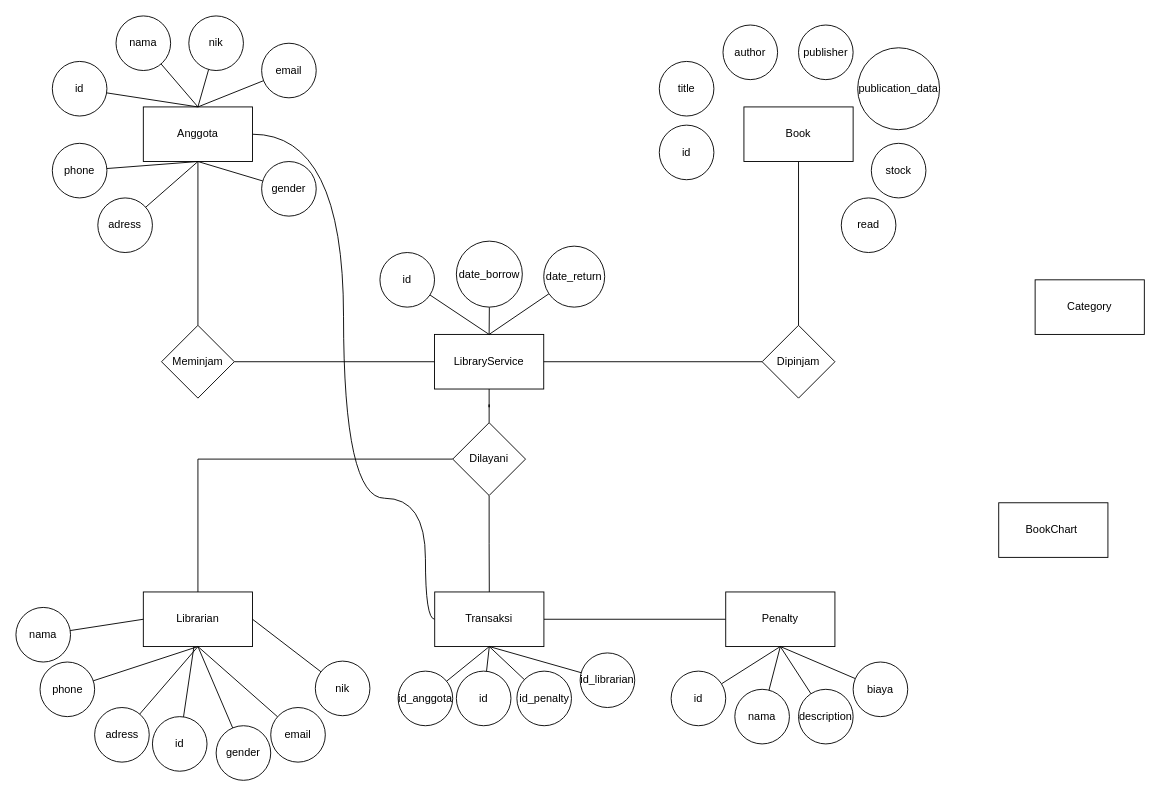
This is Library.drawio from Syaal/library, a draw.io file, before an edit. Source tidied: cells renumbered, new cells numbered last; positions are measured from the earlier drawing's top-left corner, leaving out a move shared by most shapes. Both pictures are drawn from the tidied source at 91%, with x=0, y=0 at pixel (15, 15).
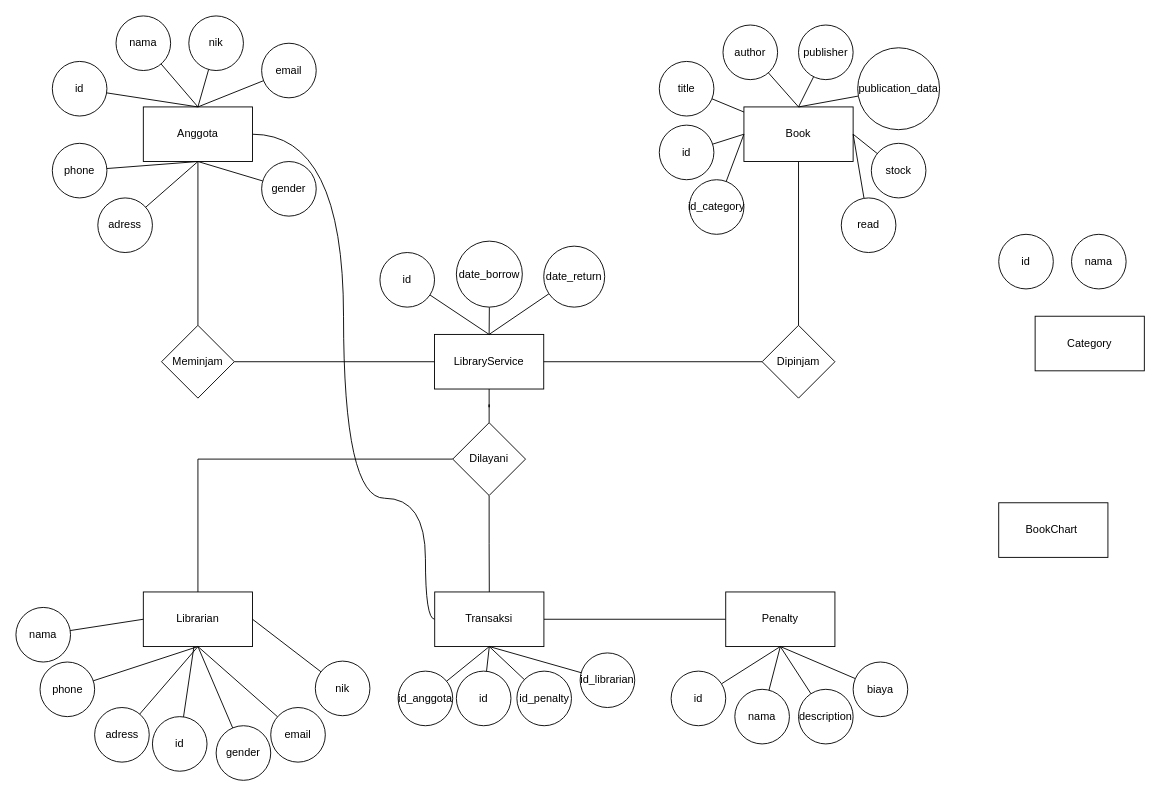
After the change.

Unchanged cells that the change refers to:
```xml
<mxCell id="7" value="Book" style="rounded=0;whiteSpace=wrap;html=1;" parent="1" vertex="1">
  <mxGeometry x="800" y="100" width="120" height="60" as="geometry" />
</mxCell>
<mxCell id="50" value="title" style="ellipse;whiteSpace=wrap;html=1;" parent="1" vertex="1">
  <mxGeometry x="707" y="50" width="60" height="60" as="geometry" />
</mxCell>
<mxCell id="51" value="author" style="ellipse;whiteSpace=wrap;html=1;" parent="1" vertex="1">
  <mxGeometry x="777" y="10" width="60" height="60" as="geometry" />
</mxCell>
<mxCell id="52" value="publisher" style="ellipse;whiteSpace=wrap;html=1;" parent="1" vertex="1">
  <mxGeometry x="860" y="10" width="60" height="60" as="geometry" />
</mxCell>
<mxCell id="53" value="id" style="ellipse;whiteSpace=wrap;html=1;" parent="1" vertex="1">
  <mxGeometry x="707" y="120" width="60" height="60" as="geometry" />
</mxCell>
<mxCell id="54" value="publication_data" style="ellipse;whiteSpace=wrap;html=1;" parent="1" vertex="1">
  <mxGeometry x="925" y="35" width="90" height="90" as="geometry" />
</mxCell>
<mxCell id="55" value="stock" style="ellipse;whiteSpace=wrap;html=1;" parent="1" vertex="1">
  <mxGeometry x="940" y="140" width="60" height="60" as="geometry" />
</mxCell>
<mxCell id="56" value="read" style="ellipse;whiteSpace=wrap;html=1;" parent="1" vertex="1">
  <mxGeometry x="907" y="200" width="60" height="60" as="geometry" />
</mxCell>
```

Change to the diagram source:
```diff
@@
     <mxCell id="8" value="Category" style="rounded=0;whiteSpace=wrap;html=1;" parent="1" vertex="1">
-      <mxGeometry x="1120" y="290" width="120" height="60" as="geometry" />
+      <mxGeometry x="1120" y="330" width="120" height="60" as="geometry" />
     </mxCell>
@@
+    <mxCell id="79" style="rounded=0;jettySize=auto;html=1;endArrow=none;endFill=0;" parent="1" edge="1" source="50" target="7">
+      <mxGeometry relative="1" as="geometry" />
+    </mxCell>
@@
+    <mxCell id="80" style="rounded=0;jettySize=auto;html=1;endArrow=none;endFill=0;entryX=0.5;entryY=0;entryDx=0;entryDy=0;" parent="1" edge="1" source="51" target="7">
+      <mxGeometry relative="1" as="geometry" />
+    </mxCell>
@@
+    <mxCell id="81" style="rounded=0;jettySize=auto;html=1;entryX=0.5;entryY=0;entryDx=0;entryDy=0;endArrow=none;endFill=0;" parent="1" edge="1" source="52" target="7">
+      <mxGeometry relative="1" as="geometry" />
+    </mxCell>
@@
+    <mxCell id="82" style="rounded=0;jettySize=auto;html=1;entryX=0;entryY=0.5;entryDx=0;entryDy=0;endArrow=none;endFill=0;" parent="1" edge="1" source="53" target="7">
+      <mxGeometry relative="1" as="geometry" />
+    </mxCell>
@@
+    <mxCell id="83" style="rounded=0;jettySize=auto;html=1;entryX=0.5;entryY=0;entryDx=0;entryDy=0;endArrow=none;endFill=0;" parent="1" edge="1" source="54" target="7">
+      <mxGeometry relative="1" as="geometry" />
+    </mxCell>
@@
+    <mxCell id="84" style="rounded=0;jettySize=auto;html=1;entryX=1;entryY=0.5;entryDx=0;entryDy=0;endArrow=none;endFill=0;" parent="1" edge="1" source="55" target="7">
+      <mxGeometry relative="1" as="geometry" />
+    </mxCell>
@@
+    <mxCell id="85" style="rounded=0;jettySize=auto;html=1;entryX=1;entryY=0.5;entryDx=0;entryDy=0;endArrow=none;endFill=0;" parent="1" edge="1" source="56" target="7">
+      <mxGeometry relative="1" as="geometry" />
+    </mxCell>
@@
+    <mxCell id="86" value="id" style="ellipse;whiteSpace=wrap;html=1;" parent="1" vertex="1">
+      <mxGeometry x="1080" y="240" width="60" height="60" as="geometry" />
+    </mxCell>
+    <mxCell id="87" value="nama" style="ellipse;whiteSpace=wrap;html=1;" parent="1" vertex="1">
+      <mxGeometry x="1160" y="240" width="60" height="60" as="geometry" />
+    </mxCell>
+    <mxCell id="88" style="rounded=0;jettySize=auto;html=1;entryX=0;entryY=0.5;entryDx=0;entryDy=0;endArrow=none;endFill=0;" parent="1" edge="1" source="89" target="7">
+      <mxGeometry relative="1" as="geometry" />
+    </mxCell>
+    <mxCell id="89" value="id_category" style="ellipse;whiteSpace=wrap;html=1;" parent="1" vertex="1">
+      <mxGeometry x="740" y="180" width="60" height="60" as="geometry" />
+    </mxCell>
```
